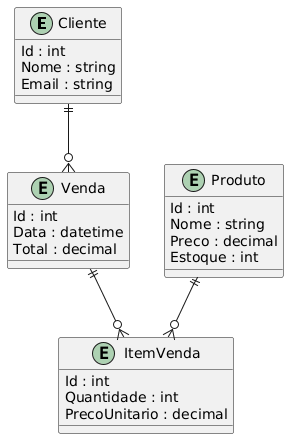
Before: docs/diagrama entidade relacionamento.png, a diagram exported from PlantUML (anabeatrizzdm/dashboardvendas-api).
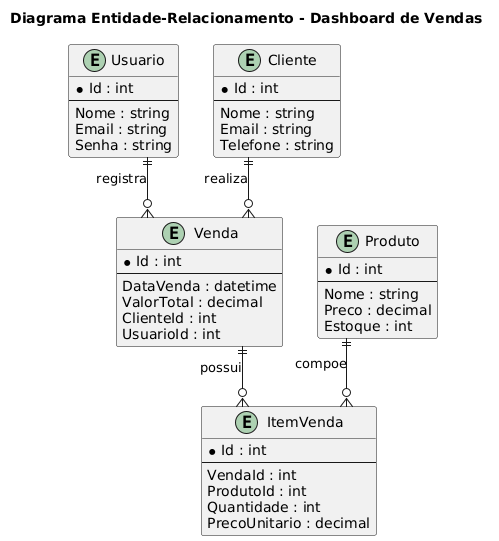
Later version of the same file.

Change to the diagram source:
```diff
@@ -1,30 +1,54 @@
 @startuml
-entity Cliente {
-  Id : int
+title Diagrama Entidade-Relacionamento - Dashboard de Vendas
+
+hide methods
+hide stereotypes
+skinparam linetype ortho
+
+entity Usuario {
+  * Id : int
+  --
   Nome : string
   Email : string
+  Senha : string
+}
+
+entity Cliente {
+  * Id : int
+  --
+  Nome : string
+  Email : string
+  Telefone : string
 }
 
 entity Produto {
-  Id : int
+  * Id : int
+  --
   Nome : string
   Preco : decimal
   Estoque : int
 }
 
 entity Venda {
-  Id : int
-  Data : datetime
-  Total : decimal
+  * Id : int
+  --
+  DataVenda : datetime
+  ValorTotal : decimal
+  ClienteId : int
+  UsuarioId : int
 }
 
 entity ItemVenda {
-  Id : int
+  * Id : int
+  --
+  VendaId : int
+  ProdutoId : int
   Quantidade : int
   PrecoUnitario : decimal
 }
 
-Cliente ||--o{ Venda
-Venda ||--o{ ItemVenda
-Produto ||--o{ ItemVenda
+Usuario ||--o{ Venda : registra
+Cliente ||--o{ Venda : realiza
+Venda ||--o{ ItemVenda : possui
+Produto ||--o{ ItemVenda : compoe
 @enduml
```
